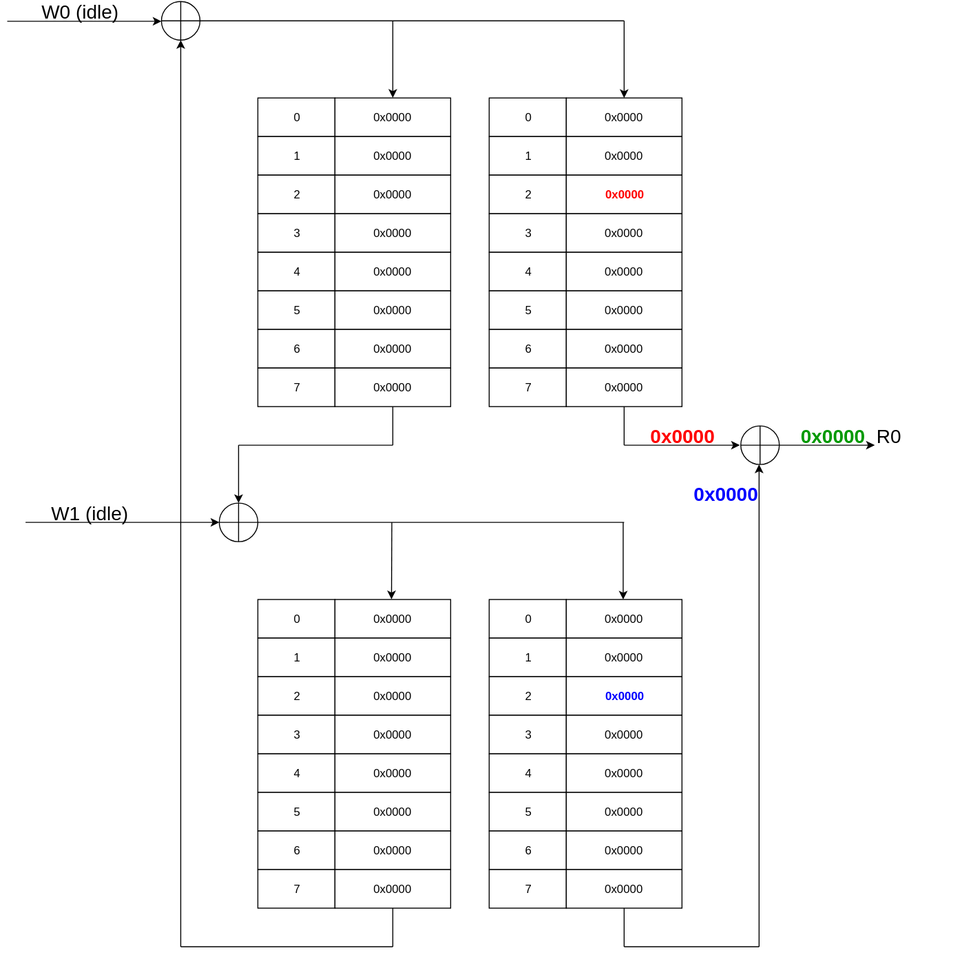
tomverbeure/tomverbeure.github.io keeps this draw.io diagram as assets/multiport_memories/xor_memory-Init_State.svg. Above is the earlier version. Source tidied: cells renumbered, new cells last; positions are measured from the earlier drawing's top-left corner, leaving out a move shared by most shapes.
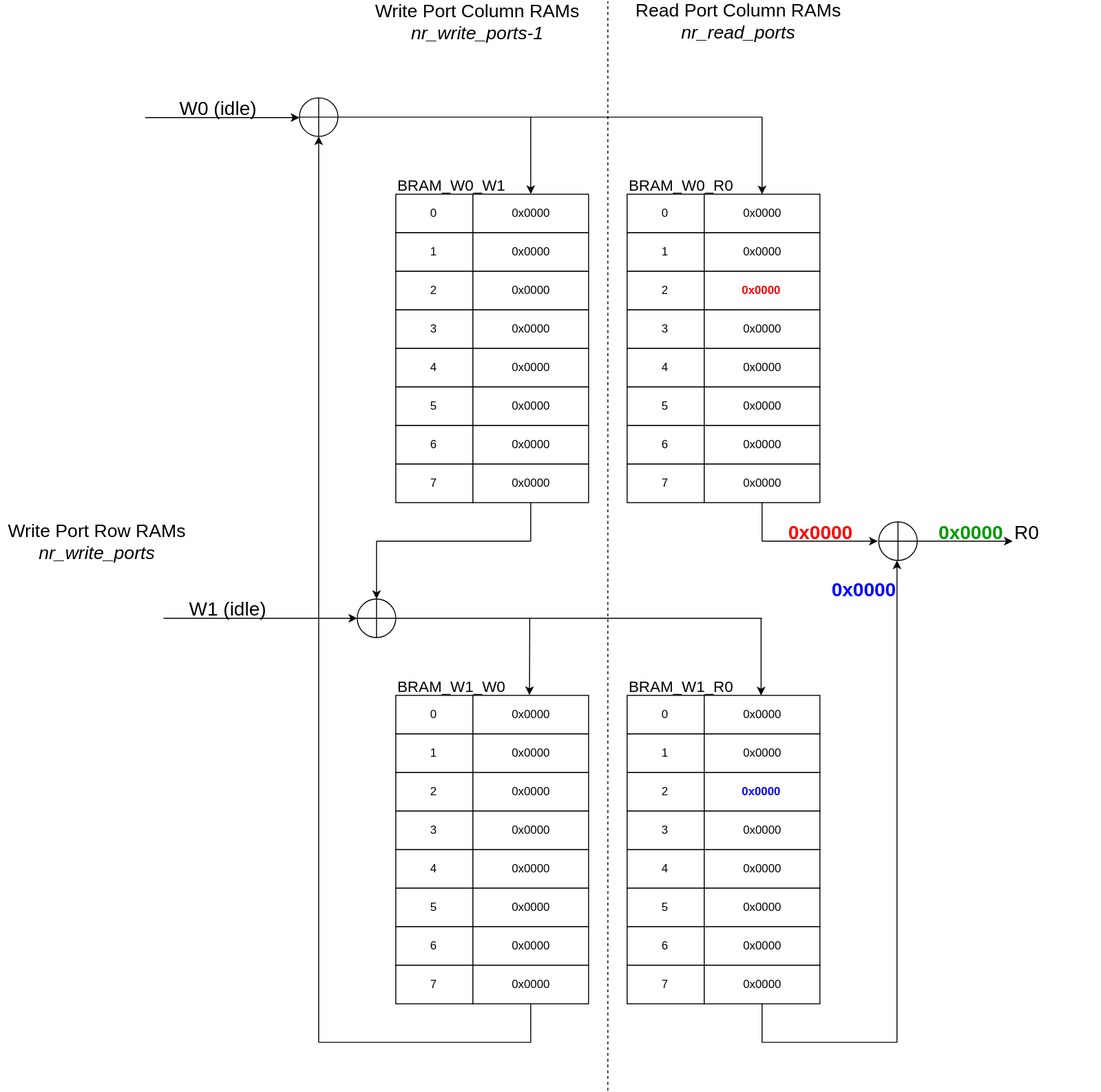
The same file after the commit.

Commit message:
XOR-based multi-port RAMs.

What changed in the source:
```diff
@@ -362,5 +362,38 @@
     <mxCell id="103" value="&lt;font style=&quot;font-size: 20px&quot; color=&quot;#009900&quot;&gt;&lt;b&gt;0x0000&lt;/b&gt;&lt;/font&gt;" style="text;html=1;strokeColor=none;fillColor=none;align=center;verticalAlign=middle;whiteSpace=wrap;rounded=0;" parent="1" vertex="1">
       <mxGeometry x="781" y="440" width="150" height="20" as="geometry" />
     </mxCell>
+    <mxCell id="104" style="group;" parent="1" vertex="1">
+      <mxGeometry x="-150" y="-100" width="880" height="1130" as="geometry" />
+    </mxCell>
+    <mxCell id="105" style="endArrow=none;dashed=1;html=1;" parent="104" edge="1">
+      <mxGeometry relative="1" as="geometry">
+        <mxPoint x="630" y="1130" as="sourcePoint" />
+        <mxPoint x="630" as="targetPoint" />
+      </mxGeometry>
+    </mxCell>
+    <mxCell id="106" value="&lt;font style=&quot;font-size: 19px&quot;&gt;Write Port Column RAMs&lt;br&gt;&lt;i&gt;nr_write_ports-1&lt;/i&gt;&lt;br&gt;&lt;/font&gt;" style="text;html=1;align=center;verticalAlign=middle;fillColor=none;strokeColor=none;rounded=0;" parent="104" vertex="1">
+      <mxGeometry x="380" y="1" width="230" height="40" as="geometry" />
+    </mxCell>
+    <mxCell id="107" value="&lt;font style=&quot;font-size: 19px&quot;&gt;Read Port Column RAMs&lt;br&gt;&lt;i&gt;nr_read_ports&lt;/i&gt;&lt;br&gt;&lt;/font&gt;" style="text;html=1;align=center;verticalAlign=middle;fillColor=none;strokeColor=none;rounded=0;" parent="104" vertex="1">
+      <mxGeometry x="650" width="230" height="40" as="geometry" />
+    </mxCell>
+    <mxCell id="108" value="&lt;font style=&quot;font-size: 19px&quot;&gt;Write Port Row RAMs&lt;br&gt;&lt;i&gt;nr_write_ports&lt;/i&gt;&lt;br&gt;&lt;/font&gt;" style="text;html=1;align=center;verticalAlign=middle;fillColor=none;strokeColor=none;rounded=0;" parent="104" vertex="1">
+      <mxGeometry y="540" width="200" height="40" as="geometry" />
+    </mxCell>
+    <mxCell id="109" style="group;" parent="104" vertex="1">
+      <mxGeometry x="410" y="180" width="400" height="540" as="geometry" />
+    </mxCell>
+    <mxCell id="110" value="&lt;font style=&quot;font-size: 16px&quot;&gt;BRAM_W0_W1&lt;/font&gt;" style="text;html=1;strokeColor=none;fillColor=none;align=left;verticalAlign=middle;whiteSpace=wrap;rounded=0;" parent="109" vertex="1">
+      <mxGeometry width="160" height="20" as="geometry" />
+    </mxCell>
+    <mxCell id="111" value="&lt;font style=&quot;font-size: 16px&quot;&gt;BRAM_W0_R0&lt;/font&gt;" style="text;html=1;strokeColor=none;fillColor=none;align=left;verticalAlign=middle;whiteSpace=wrap;rounded=0;" parent="109" vertex="1">
+      <mxGeometry x="240" width="160" height="20" as="geometry" />
+    </mxCell>
+    <mxCell id="112" value="&lt;font style=&quot;font-size: 16px&quot;&gt;BRAM_W1_W0&lt;br&gt;&lt;/font&gt;" style="text;html=1;strokeColor=none;fillColor=none;align=left;verticalAlign=middle;whiteSpace=wrap;rounded=0;" parent="109" vertex="1">
+      <mxGeometry y="520" width="160" height="20" as="geometry" />
+    </mxCell>
+    <mxCell id="113" value="&lt;font style=&quot;font-size: 16px&quot;&gt;BRAM_W1_R0&lt;/font&gt;" style="text;html=1;strokeColor=none;fillColor=none;align=left;verticalAlign=middle;whiteSpace=wrap;rounded=0;" parent="109" vertex="1">
+      <mxGeometry x="240" y="520" width="160" height="20" as="geometry" />
+    </mxCell>
   </root>
 </mxGraphModel>
```
